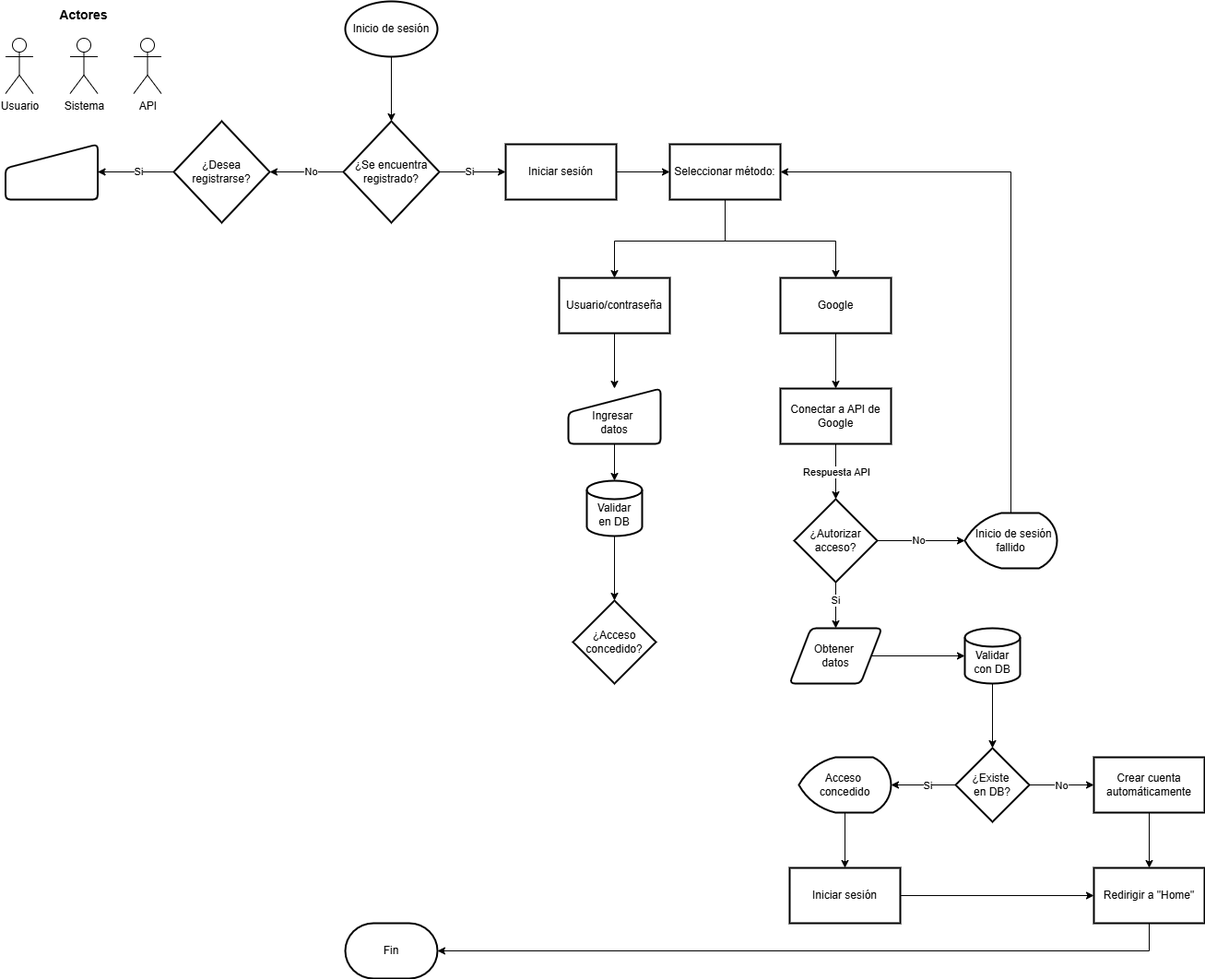
DjGuetta/App-Hotel-Management keeps this draw.io diagram as Flujograma de registro e inicio de sesión.png. Above is the earlier version. Source tidied: cells renumbered, new cells last; positions are measured from the earlier drawing's top-left corner, leaving out a move shared by most shapes.
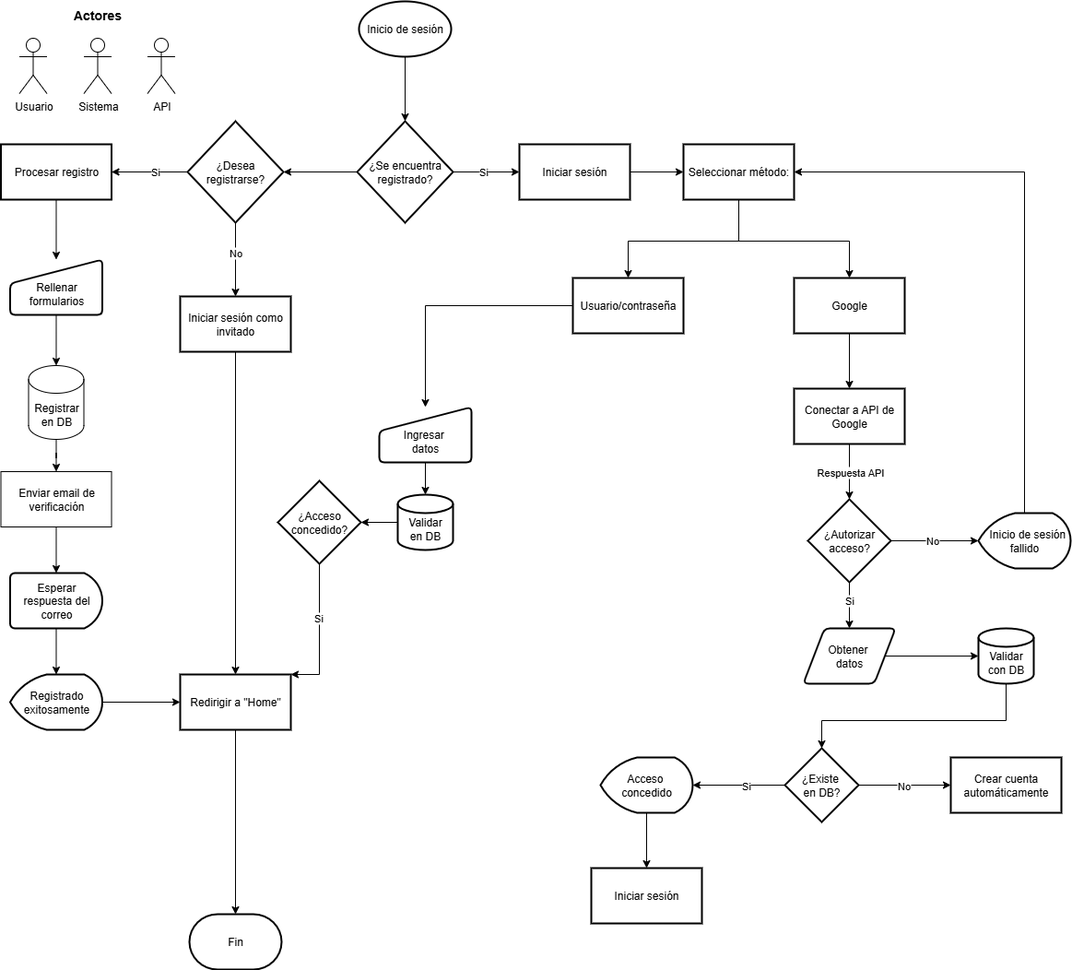
The same file after the commit.

What changed in the source:
```diff
@@ -17,14 +17,6 @@
     <mxCell id="6" value="Inicio de sesión" style="strokeWidth=2;html=1;shape=mxgraph.flowchart.start_1;whiteSpace=wrap;" parent="1" vertex="1">
       <mxGeometry x="368" width="100" height="60" as="geometry" />
     </mxCell>
-    <mxCell id="7" style="edgeStyle=orthogonalEdgeStyle;rounded=0;jettySize=auto;html=1;" parent="1" edge="1" source="11" target="14">
-      <mxGeometry relative="1" as="geometry" />
-    </mxCell>
-    <mxCell id="8" value="No" style="edgeLabel;html=1;align=center;verticalAlign=middle;" parent="7" vertex="1">
-      <mxGeometry x="-0.1" y="1" relative="1" as="geometry">
-        <mxPoint y="-2" as="offset" />
-      </mxGeometry>
-    </mxCell>
     <mxCell id="9" style="edgeStyle=orthogonalEdgeStyle;rounded=0;jettySize=auto;html=1;" parent="1" edge="1" source="11" target="17">
       <mxGeometry relative="1" as="geometry" />
     </mxCell>
@@ -33,20 +25,12 @@
         <mxPoint x="4" y="-2" as="offset" />
       </mxGeometry>
     </mxCell>
+    <mxCell id="7" style="edgeStyle=orthogonalEdgeStyle;rounded=0;jettySize=auto;html=1;" parent="1" edge="1" source="11" target="14">
+      <mxGeometry relative="1" as="geometry" />
+    </mxCell>
     <mxCell id="11" value="¿Se encuentra registrado?" style="rhombus;whiteSpace=wrap;html=1;strokeWidth=2;" parent="1" vertex="1">
       <mxGeometry x="366" y="130" width="104" height="110" as="geometry" />
     </mxCell>
-    <mxCell id="12" style="edgeStyle=orthogonalEdgeStyle;rounded=0;jettySize=auto;html=1;" parent="1" edge="1" source="14" target="53">
-      <mxGeometry relative="1" as="geometry" />
-    </mxCell>
-    <mxCell id="13" value="Si" style="edgeLabel;html=1;align=center;verticalAlign=middle;" parent="12" vertex="1">
-      <mxGeometry x="-0.13" y="-1" relative="1" as="geometry">
-        <mxPoint x="-3" as="offset" />
-      </mxGeometry>
-    </mxCell>
-    <mxCell id="14" value="¿Desea registrarse?" style="rhombus;whiteSpace=wrap;html=1;strokeWidth=2;" parent="1" vertex="1">
-      <mxGeometry x="182" y="130" width="104" height="110" as="geometry" />
-    </mxCell>
     <mxCell id="15" value="API" style="shape=umlActor;verticalLabelPosition=bottom;verticalAlign=top;html=1;" parent="1" vertex="1">
       <mxGeometry x="138.5" y="40" width="30" height="60" as="geometry" />
     </mxCell>
@@ -128,7 +112,12 @@
       <mxGeometry x="850" y="680" width="100" height="60" as="geometry" />
     </mxCell>
     <mxCell id="37" style="edgeStyle=orthogonalEdgeStyle;rounded=0;jettySize=auto;html=1;" parent="1" edge="1" source="38" target="43">
-      <mxGeometry relative="1" as="geometry" />
+      <mxGeometry relative="1" as="geometry">
+        <Array as="points">
+          <mxPoint x="1070" y="780" />
+          <mxPoint x="870" y="780" />
+        </Array>
+      </mxGeometry>
     </mxCell>
     <mxCell id="38" value="&lt;div&gt;&lt;br&gt;&lt;/div&gt;Validar con DB" style="strokeWidth=2;html=1;shape=mxgraph.flowchart.database;whiteSpace=wrap;" parent="1" vertex="1">
       <mxGeometry x="1040" y="680" width="60" height="60" as="geometry" />
@@ -148,52 +137,112 @@
       </mxGeometry>
     </mxCell>
     <mxCell id="43" value="¿Existe&amp;nbsp;&lt;div&gt;e&lt;span style=&quot;background-color: transparent; color: light-dark(rgb(0, 0, 0), rgb(255, 255, 255));&quot;&gt;n DB?&lt;/span&gt;&lt;/div&gt;" style="rhombus;whiteSpace=wrap;html=1;strokeWidth=2;" parent="1" vertex="1">
-      <mxGeometry x="1030" y="810" width="80" height="80" as="geometry" />
+      <mxGeometry x="830" y="810" width="80" height="80" as="geometry" />
     </mxCell>
-    <mxCell id="44" style="edgeStyle=orthogonalEdgeStyle;rounded=0;jettySize=auto;html=1;" parent="1" edge="1" source="45" target="46">
-      <mxGeometry relative="1" as="geometry" />
-    </mxCell>
     <mxCell id="45" value="Crear cuenta automáticamente" style="whiteSpace=wrap;html=1;strokeWidth=2;" parent="1" vertex="1">
-      <mxGeometry x="1180" y="820" width="120" height="60" as="geometry" />
+      <mxGeometry x="1010" y="820" width="120" height="60" as="geometry" />
     </mxCell>
+    <mxCell id="50" style="edgeStyle=orthogonalEdgeStyle;rounded=0;jettySize=auto;html=1;" parent="1" edge="1" source="46" target="47">
+      <mxGeometry relative="1" as="geometry" />
+    </mxCell>
     <mxCell id="46" value="Redirigir a &quot;Home&quot;" style="whiteSpace=wrap;html=1;strokeWidth=2;" parent="1" vertex="1">
-      <mxGeometry x="1180" y="940" width="120" height="60" as="geometry" />
+      <mxGeometry x="174" y="730" width="120" height="60" as="geometry" />
     </mxCell>
     <mxCell id="47" value="Fin" style="strokeWidth=2;html=1;shape=mxgraph.flowchart.terminator;whiteSpace=wrap;" parent="1" vertex="1">
-      <mxGeometry x="368" y="1000" width="100" height="60" as="geometry" />
+      <mxGeometry x="184" y="990" width="100" height="60" as="geometry" />
     </mxCell>
-    <mxCell id="48" style="edgeStyle=orthogonalEdgeStyle;rounded=0;jettySize=auto;html=1;" parent="1" edge="1" source="49" target="46">
-      <mxGeometry relative="1" as="geometry" />
-    </mxCell>
     <mxCell id="49" value="Iniciar sesión" style="whiteSpace=wrap;html=1;strokeWidth=2;" parent="1" vertex="1">
-      <mxGeometry x="850" y="940" width="120" height="60" as="geometry" />
+      <mxGeometry x="620" y="940" width="120" height="60" as="geometry" />
     </mxCell>
-    <mxCell id="50" style="edgeStyle=orthogonalEdgeStyle;rounded=0;jettySize=auto;html=1;exitX=0.5;exitY=1;exitDx=0;exitDy=0;entryX=1;entryY=0.5;entryDx=0;entryDy=0;entryPerimeter=0;" parent="1" edge="1" source="46" target="47">
-      <mxGeometry relative="1" as="geometry" />
-    </mxCell>
     <mxCell id="51" style="edgeStyle=orthogonalEdgeStyle;rounded=0;jettySize=auto;html=1;" parent="1" edge="1" source="52" target="49">
       <mxGeometry relative="1" as="geometry" />
     </mxCell>
     <mxCell id="52" value="Acceso&amp;nbsp;&lt;div&gt;concedido&lt;/div&gt;" style="strokeWidth=2;html=1;shape=mxgraph.flowchart.display;whiteSpace=wrap;" parent="1" vertex="1">
-      <mxGeometry x="860" y="820" width="100" height="60" as="geometry" />
+      <mxGeometry x="630" y="820" width="100" height="60" as="geometry" />
     </mxCell>
+    <mxCell id="59" style="edgeStyle=orthogonalEdgeStyle;rounded=0;jettySize=auto;html=1;" parent="1" edge="1" source="53" target="65">
+      <mxGeometry relative="1" as="geometry" />
+    </mxCell>
-    <mxCell id="53" style="html=1;strokeWidth=2;shape=manualInput;whiteSpace=wrap;rounded=1;size=26;arcSize=11;" parent="1" vertex="1">
-      <mxGeometry x="-0.5" y="155" width="100" height="60" as="geometry" />
+    <mxCell id="53" value="&lt;div&gt;&lt;br&gt;&lt;/div&gt;Rellenar formularios" style="html=1;strokeWidth=2;shape=manualInput;whiteSpace=wrap;rounded=1;size=26;arcSize=11;" parent="1" vertex="1">
+      <mxGeometry x="-10.5" y="280" width="100" height="60" as="geometry" />
     </mxCell>
     <mxCell id="54" style="edgeStyle=orthogonalEdgeStyle;rounded=0;jettySize=auto;html=1;" parent="1" edge="1" source="55" target="57">
       <mxGeometry relative="1" as="geometry" />
     </mxCell>
     <mxCell id="55" value="&lt;div&gt;&lt;br&gt;&lt;/div&gt;Ingresar&amp;nbsp;&lt;div&gt;datos&lt;/div&gt;" style="html=1;strokeWidth=2;shape=manualInput;whiteSpace=wrap;rounded=1;size=26;arcSize=11;direction=east;" parent="1" vertex="1">
-      <mxGeometry x="610" y="420" width="100" height="60" as="geometry" />
+      <mxGeometry x="390" y="440" width="100" height="60" as="geometry" />
     </mxCell>
     <mxCell id="56" style="edgeStyle=orthogonalEdgeStyle;rounded=0;jettySize=auto;html=1;" parent="1" edge="1" source="57" target="58">
       <mxGeometry relative="1" as="geometry" />
     </mxCell>
     <mxCell id="57" value="&lt;div&gt;&lt;br&gt;&lt;/div&gt;Validar&lt;div&gt;en DB&lt;/div&gt;" style="strokeWidth=2;html=1;shape=mxgraph.flowchart.database;whiteSpace=wrap;" parent="1" vertex="1">
-      <mxGeometry x="630" y="520" width="60" height="60" as="geometry" />
+      <mxGeometry x="410" y="535" width="60" height="60" as="geometry" />
     </mxCell>
+    <mxCell id="60" style="edgeStyle=orthogonalEdgeStyle;rounded=0;jettySize=auto;html=1;exitX=0.5;exitY=1;exitDx=0;exitDy=0;entryX=1;entryY=0;entryDx=0;entryDy=0;" parent="1" edge="1" source="58" target="46">
+      <mxGeometry relative="1" as="geometry">
+        <Array as="points">
+          <mxPoint x="325" y="730" />
+        </Array>
+      </mxGeometry>
+    </mxCell>
+    <mxCell id="61" value="Si" style="edgeLabel;html=1;align=center;verticalAlign=middle;" parent="60" vertex="1">
+      <mxGeometry x="-0.22" relative="1" as="geometry">
+        <mxPoint x="-2" y="-1" as="offset" />
+      </mxGeometry>
+    </mxCell>
     <mxCell id="58" value="¿Acceso concedido?" style="rhombus;whiteSpace=wrap;html=1;strokeWidth=2;fontStyle=0;" parent="1" vertex="1">
-      <mxGeometry x="615" y="650" width="90" height="90" as="geometry" />
+      <mxGeometry x="280" y="520" width="90" height="90" as="geometry" />
     </mxCell>
+    <mxCell id="62" style="edgeStyle=orthogonalEdgeStyle;rounded=0;jettySize=auto;html=1;" parent="1" edge="1" source="63" target="53">
+      <mxGeometry relative="1" as="geometry" />
+    </mxCell>
+    <mxCell id="63" value="Procesar registro" style="whiteSpace=wrap;html=1;strokeWidth=2;" parent="1" vertex="1">
+      <mxGeometry x="-20.5" y="155" width="120" height="60" as="geometry" />
+    </mxCell>
+    <mxCell id="64" style="edgeStyle=orthogonalEdgeStyle;rounded=0;jettySize=auto;html=1;" parent="1" edge="1" source="65" target="67">
+      <mxGeometry relative="1" as="geometry" />
+    </mxCell>
+    <mxCell id="65" value="Registrar en DB" style="shape=cylinder3;whiteSpace=wrap;html=1;boundedLbl=1;backgroundOutline=1;size=15;" parent="1" vertex="1">
+      <mxGeometry x="9.5" y="395" width="60" height="80" as="geometry" />
+    </mxCell>
+    <mxCell id="66" style="edgeStyle=orthogonalEdgeStyle;rounded=0;jettySize=auto;html=1;" parent="1" edge="1" source="67" target="69">
+      <mxGeometry relative="1" as="geometry" />
+    </mxCell>
+    <mxCell id="67" value="Enviar email de verificación" style="whiteSpace=wrap;html=1;" parent="1" vertex="1">
+      <mxGeometry x="-20.5" y="510" width="120" height="60" as="geometry" />
+    </mxCell>
+    <mxCell id="68" style="edgeStyle=orthogonalEdgeStyle;rounded=0;jettySize=auto;html=1;" parent="1" edge="1" source="69" target="71">
+      <mxGeometry relative="1" as="geometry" />
+    </mxCell>
+    <mxCell id="69" value="Esperar respuesta del correo" style="strokeWidth=2;html=1;shape=mxgraph.flowchart.delay;whiteSpace=wrap;" parent="1" vertex="1">
+      <mxGeometry x="-10.5" y="620" width="100" height="60" as="geometry" />
+    </mxCell>
+    <mxCell id="70" style="edgeStyle=orthogonalEdgeStyle;rounded=0;jettySize=auto;html=1;" parent="1" edge="1" source="71" target="46">
+      <mxGeometry relative="1" as="geometry" />
+    </mxCell>
+    <mxCell id="71" value="Registrado exitosamente" style="strokeWidth=2;html=1;shape=mxgraph.flowchart.display;whiteSpace=wrap;" parent="1" vertex="1">
+      <mxGeometry x="-10.5" y="730" width="100" height="60" as="geometry" />
+    </mxCell>
+    <mxCell id="72" style="edgeStyle=orthogonalEdgeStyle;rounded=0;jettySize=auto;html=1;" parent="1" edge="1" source="14" target="76">
+      <mxGeometry relative="1" as="geometry" />
+    </mxCell>
+    <mxCell id="8" value="No" style="edgeLabel;html=1;align=center;verticalAlign=middle;" parent="72" vertex="1">
+      <mxGeometry x="-0.2" y="-1" relative="1" as="geometry" />
+    </mxCell>
+    <mxCell id="73" style="edgeStyle=orthogonalEdgeStyle;rounded=0;jettySize=auto;html=1;" parent="1" edge="1" source="14" target="63">
+      <mxGeometry relative="1" as="geometry" />
+    </mxCell>
+    <mxCell id="74" value="Si" style="edgeLabel;html=1;align=center;verticalAlign=middle;" parent="73" vertex="1">
+      <mxGeometry x="-0.13" y="-1" relative="1" as="geometry" />
+    </mxCell>
+    <mxCell id="14" value="¿Desea registrarse?" style="rhombus;whiteSpace=wrap;html=1;strokeWidth=2;" parent="1" vertex="1">
+      <mxGeometry x="182" y="130" width="104" height="110" as="geometry" />
+    </mxCell>
+    <mxCell id="75" style="edgeStyle=orthogonalEdgeStyle;rounded=0;jettySize=auto;html=1;exitX=0.5;exitY=1;exitDx=0;exitDy=0;entryX=0.5;entryY=0;entryDx=0;entryDy=0;" parent="1" edge="1" source="76" target="46">
+      <mxGeometry relative="1" as="geometry" />
+    </mxCell>
+    <mxCell id="76" value="Iniciar sesión como invitado" style="whiteSpace=wrap;html=1;strokeWidth=2;" parent="1" vertex="1">
+      <mxGeometry x="174" y="320" width="120" height="60" as="geometry" />
+    </mxCell>
   </root>
 </mxGraphModel>
```
